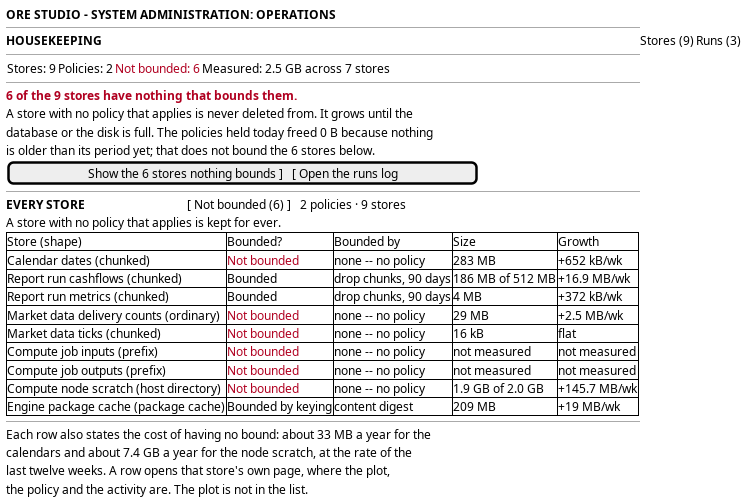
This is doc/knowledge/journeys/operations/wireframe_see_what_the_system_keeps.png from OreStudio/OreStudio, a PlantUML export, as it was before one commit. Its source is kept beside it as doc/knowledge/journeys/operations/wireframe_see_what_the_system_keeps.puml.
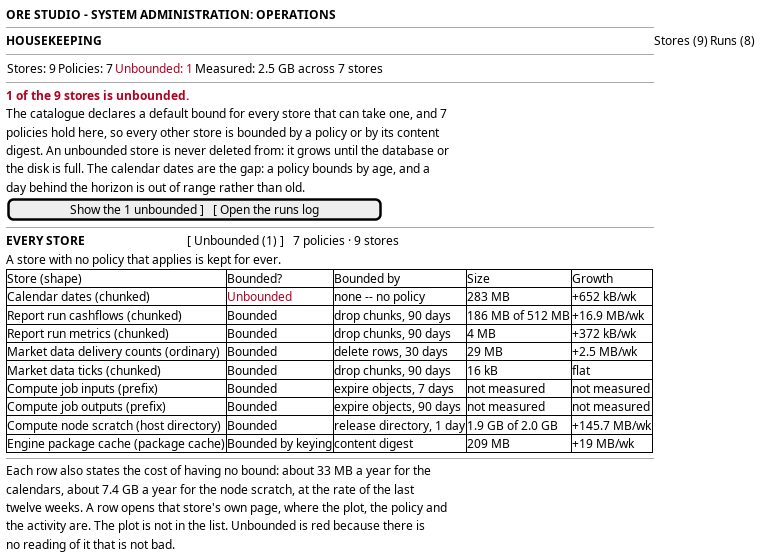
After the commit.

Commit message:
[knowledge] Ship every store with a default bound, and colour the absence red

What changed in the source:
```diff
@@ -4,37 +4,40 @@
 {
   <b>ORE STUDIO - SYSTEM ADMINISTRATION: OPERATIONS</b>
   --
-  <b>HOUSEKEEPING</b>  |  Stores (9) | Runs (3)
+  <b>HOUSEKEEPING</b>  |  Stores (9) | Runs (8)
   --
   {
-    Stores: 9 | Policies: 2 | <color:#b00020>Not bounded: 6</color> | Measured: 2.5 GB across 7 stores
+    Stores: 9 | Policies: 7 | <color:#b00020>Unbounded: 1</color> | Measured: 2.5 GB across 7 stores
   }
   --
-  <b><color:#b00020>6 of the 9 stores have nothing that bounds them.</color></b>
-  A store with no policy that applies is never deleted from. It grows until the
-  database or the disk is full. The policies held today freed 0 B because nothing
-  is older than its period yet; that does not bound the 6 stores below.
-  [ Show the 6 stores nothing bounds ]   [ Open the runs log ]
+  <b><color:#b00020>1 of the 9 stores is unbounded.</color></b>
+  The catalogue declares a default bound for every store that can take one, and 7
+  policies hold here, so every other store is bounded by a policy or by its content
+  digest. An unbounded store is never deleted from: it grows until the database or
+  the disk is full. The calendar dates are the gap: a policy bounds by age, and a
+  day behind the horizon is out of range rather than old.
+  [ Show the 1 unbounded ]   [ Open the runs log ]
   --
-  <b>EVERY STORE</b>                                  [ Not bounded (6) ]   2 policies · 9 stores
+  <b>EVERY STORE</b>                                  [ Unbounded (1) ]   7 policies · 9 stores
   A store with no policy that applies is kept for ever.
   {#
     Store (shape) | Bounded? | Bounded by | Size | Growth
-    Calendar dates (chunked) | <color:#b00020>Not bounded</color> | none -- no policy | 283 MB | +652 kB/wk
+    Calendar dates (chunked) | <color:#b00020>Unbounded</color> | none -- no policy | 283 MB | +652 kB/wk
     Report run cashflows (chunked) | Bounded | drop chunks, 90 days | 186 MB of 512 MB | +16.9 MB/wk
     Report run metrics (chunked) | Bounded | drop chunks, 90 days | 4 MB | +372 kB/wk
-    Market data delivery counts (ordinary) | <color:#b00020>Not bounded</color> | none -- no policy | 29 MB | +2.5 MB/wk
-    Market data ticks (chunked) | <color:#b00020>Not bounded</color> | none -- no policy | 16 kB | flat
-    Compute job inputs (prefix) | <color:#b00020>Not bounded</color> | none -- no policy | not measured | not measured
-    Compute job outputs (prefix) | <color:#b00020>Not bounded</color> | none -- no policy | not measured | not measured
-    Compute node scratch (host directory) | <color:#b00020>Not bounded</color> | none -- no policy | 1.9 GB of 2.0 GB | +145.7 MB/wk
+    Market data delivery counts (ordinary) | Bounded | delete rows, 30 days | 29 MB | +2.5 MB/wk
+    Market data ticks (chunked) | Bounded | drop chunks, 90 days | 16 kB | flat
+    Compute job inputs (prefix) | Bounded | expire objects, 7 days | not measured | not measured
+    Compute job outputs (prefix) | Bounded | expire objects, 90 days | not measured | not measured
+    Compute node scratch (host directory) | Bounded | release directory, 1 day | 1.9 GB of 2.0 GB | +145.7 MB/wk
     Engine package cache (package cache) | Bounded by keying | content digest | 209 MB | +19 MB/wk
   }
   --
   Each row also states the cost of having no bound: about 33 MB a year for the
-  calendars and about 7.4 GB a year for the node scratch, at the rate of the
-  last twelve weeks. A row opens that store's own page, where the plot,
-  the policy and the activity are. The plot is not in the list.
+  calendars, about 7.4 GB a year for the node scratch, at the rate of the last
+  twelve weeks. A row opens that store's own page, where the plot, the policy and
+  the activity are. The plot is not in the list. Unbounded is red because there is
+  no reading of it that is not bad.
 }
 
 @enduml
```
